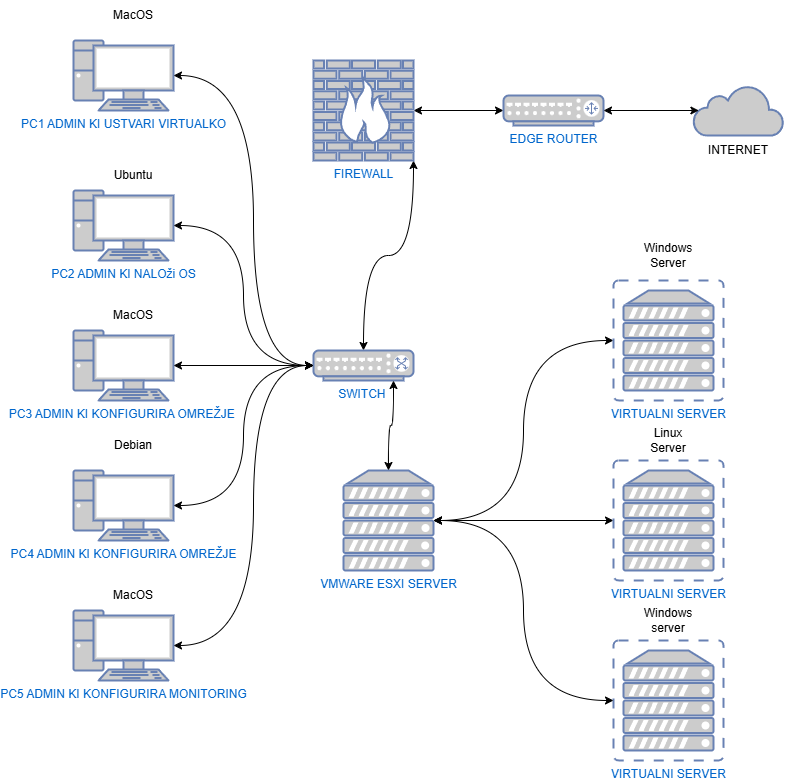
Earlier version of the draw.io export Seminarska Poslovno informacijski sistemi/ITStruktura.drawio.png (itMegu/Faks-FOV). Source tidied: cells renumbered, new cells last; positions are measured from the earlier drawing's top-left corner, leaving out a move shared by most shapes. Source of this version:
```xml
<mxGraphModel>
  <root>
    <mxCell id="0" />
    <mxCell id="1" parent="0" />
    <mxCell id="2" value="PC1 ADMIN KI USTVARI VIRTUALKO" style="fontColor=#0066CC;verticalAlign=top;verticalLabelPosition=bottom;labelPosition=center;align=center;html=1;outlineConnect=0;fillColor=#CCCCCC;strokeColor=#6881B3;gradientColor=none;gradientDirection=north;strokeWidth=2;shape=mxgraph.networks.pc;" parent="1" vertex="1">
      <mxGeometry y="40" width="100" height="70" as="geometry" />
    </mxCell>
    <mxCell id="3" value="PC2 ADMIN KI NALOži OS" style="fontColor=#0066CC;verticalAlign=top;verticalLabelPosition=bottom;labelPosition=center;align=center;html=1;outlineConnect=0;fillColor=#CCCCCC;strokeColor=#6881B3;gradientColor=none;gradientDirection=north;strokeWidth=2;shape=mxgraph.networks.pc;" parent="1" vertex="1">
      <mxGeometry y="190" width="100" height="70" as="geometry" />
    </mxCell>
    <mxCell id="4" value="PC3 ADMIN KI KONFIGURIRA OMREŽJE&amp;nbsp;" style="fontColor=#0066CC;verticalAlign=top;verticalLabelPosition=bottom;labelPosition=center;align=center;html=1;outlineConnect=0;fillColor=#CCCCCC;strokeColor=#6881B3;gradientColor=none;gradientDirection=north;strokeWidth=2;shape=mxgraph.networks.pc;" parent="1" vertex="1">
      <mxGeometry y="330" width="100" height="70" as="geometry" />
    </mxCell>
    <mxCell id="5" value="PC4 ADMIN KI KONFIGURIRA OMREŽJE" style="fontColor=#0066CC;verticalAlign=top;verticalLabelPosition=bottom;labelPosition=center;align=center;html=1;outlineConnect=0;fillColor=#CCCCCC;strokeColor=#6881B3;gradientColor=none;gradientDirection=north;strokeWidth=2;shape=mxgraph.networks.pc;" parent="1" vertex="1">
      <mxGeometry y="470" width="100" height="70" as="geometry" />
    </mxCell>
    <mxCell id="6" value="PC5 ADMIN KI KONFIGURIRA MONITORING" style="fontColor=#0066CC;verticalAlign=top;verticalLabelPosition=bottom;labelPosition=center;align=center;html=1;outlineConnect=0;fillColor=#CCCCCC;strokeColor=#6881B3;gradientColor=none;gradientDirection=north;strokeWidth=2;shape=mxgraph.networks.pc;" parent="1" vertex="1">
      <mxGeometry y="610" width="100" height="70" as="geometry" />
    </mxCell>
    <mxCell id="7" style="edgeStyle=orthogonalEdgeStyle;rounded=0;jettySize=auto;html=1;startArrow=classic;startFill=1;entryX=1;entryY=1;entryDx=0;entryDy=0;entryPerimeter=0;curved=1;" parent="1" edge="1" source="8" target="10">
      <mxGeometry relative="1" as="geometry" />
    </mxCell>
    <mxCell id="8" value="SWITCH&amp;nbsp;" style="fontColor=#0066CC;verticalAlign=top;verticalLabelPosition=bottom;labelPosition=center;align=center;html=1;outlineConnect=0;fillColor=#CCCCCC;strokeColor=#6881B3;gradientColor=none;gradientDirection=north;strokeWidth=2;shape=mxgraph.networks.switch;" parent="1" vertex="1">
      <mxGeometry x="240" y="350" width="100" height="30" as="geometry" />
    </mxCell>
    <mxCell id="9" style="edgeStyle=orthogonalEdgeStyle;rounded=0;jettySize=auto;html=1;startArrow=classic;startFill=1;" parent="1" edge="1" source="10" target="11">
      <mxGeometry relative="1" as="geometry" />
    </mxCell>
    <mxCell id="10" value="FIREWALL" style="fontColor=#0066CC;verticalAlign=top;verticalLabelPosition=bottom;labelPosition=center;align=center;html=1;outlineConnect=0;fillColor=#CCCCCC;strokeColor=#6881B3;gradientColor=none;gradientDirection=north;strokeWidth=2;shape=mxgraph.networks.firewall;" parent="1" vertex="1">
      <mxGeometry x="240" y="60" width="100" height="100" as="geometry" />
    </mxCell>
    <mxCell id="11" value="EDGE ROUTER" style="fontColor=#0066CC;verticalAlign=top;verticalLabelPosition=bottom;labelPosition=center;align=center;html=1;outlineConnect=0;fillColor=#CCCCCC;strokeColor=#6881B3;gradientColor=none;gradientDirection=north;strokeWidth=2;shape=mxgraph.networks.router;" parent="1" vertex="1">
      <mxGeometry x="430" y="95" width="100" height="30" as="geometry" />
    </mxCell>
    <mxCell id="12" style="html=1;outlineConnect=0;fillColor=#CCCCCC;strokeColor=#6881B3;gradientColor=none;gradientDirection=north;strokeWidth=2;shape=mxgraph.networks.cloud;fontColor=#ffffff;overflow=visible;shadow=0;" parent="1" vertex="1">
      <mxGeometry x="620" y="85" width="90" height="50" as="geometry" />
    </mxCell>
    <mxCell id="13" style="edgeStyle=orthogonalEdgeStyle;rounded=0;jettySize=auto;html=1;entryX=0;entryY=0.5;entryDx=0;entryDy=0;entryPerimeter=0;curved=1;startArrow=classic;startFill=1;" parent="1" edge="1" source="2" target="8">
      <mxGeometry relative="1" as="geometry">
        <Array as="points">
          <mxPoint x="180" y="75" />
          <mxPoint x="180" y="365" />
        </Array>
      </mxGeometry>
    </mxCell>
    <mxCell id="14" style="edgeStyle=orthogonalEdgeStyle;rounded=0;jettySize=auto;html=1;entryX=0;entryY=0.5;entryDx=0;entryDy=0;entryPerimeter=0;curved=1;startArrow=classic;startFill=1;" parent="1" edge="1" source="3" target="8">
      <mxGeometry relative="1" as="geometry" />
    </mxCell>
    <mxCell id="15" style="edgeStyle=orthogonalEdgeStyle;rounded=0;jettySize=auto;html=1;entryX=0;entryY=0.5;entryDx=0;entryDy=0;entryPerimeter=0;curved=1;startArrow=classic;startFill=1;" parent="1" edge="1" source="4" target="8">
      <mxGeometry relative="1" as="geometry" />
    </mxCell>
    <mxCell id="16" style="edgeStyle=orthogonalEdgeStyle;rounded=0;jettySize=auto;html=1;entryX=0;entryY=0.5;entryDx=0;entryDy=0;entryPerimeter=0;curved=1;startArrow=classic;startFill=1;" parent="1" edge="1" source="5" target="8">
      <mxGeometry relative="1" as="geometry" />
    </mxCell>
    <mxCell id="17" style="edgeStyle=orthogonalEdgeStyle;rounded=0;jettySize=auto;html=1;entryX=0;entryY=0.5;entryDx=0;entryDy=0;entryPerimeter=0;curved=1;startArrow=classic;startFill=1;" parent="1" edge="1" source="6" target="8">
      <mxGeometry relative="1" as="geometry">
        <Array as="points">
          <mxPoint x="180" y="645" />
          <mxPoint x="180" y="365" />
        </Array>
      </mxGeometry>
    </mxCell>
    <mxCell id="18" value="VMWARE ESXI SERVER" style="fontColor=#0066CC;verticalAlign=top;verticalLabelPosition=bottom;labelPosition=center;align=center;html=1;outlineConnect=0;fillColor=#CCCCCC;strokeColor=#6881B3;gradientColor=none;gradientDirection=north;strokeWidth=2;shape=mxgraph.networks.server;" parent="1" vertex="1">
      <mxGeometry x="270" y="470" width="90" height="100" as="geometry" />
    </mxCell>
    <mxCell id="19" style="edgeStyle=orthogonalEdgeStyle;rounded=0;jettySize=auto;html=1;curved=1;startArrow=classic;startFill=1;" parent="1" edge="1" source="20">
      <mxGeometry relative="1" as="geometry">
        <mxPoint x="360" y="520" as="targetPoint" />
      </mxGeometry>
    </mxCell>
    <mxCell id="20" value="VIRTUALNI SERVER" style="fontColor=#0066CC;verticalAlign=top;verticalLabelPosition=bottom;labelPosition=center;align=center;html=1;outlineConnect=0;fillColor=#CCCCCC;strokeColor=#6881B3;gradientColor=none;gradientDirection=north;strokeWidth=2;shape=mxgraph.networks.virtual_server;" parent="1" vertex="1">
      <mxGeometry x="540" y="460" width="110" height="120" as="geometry" />
    </mxCell>
    <mxCell id="21" style="edgeStyle=orthogonalEdgeStyle;rounded=0;jettySize=auto;html=1;entryX=0.5;entryY=0;entryDx=0;entryDy=0;entryPerimeter=0;curved=1;startArrow=classic;startFill=1;exitX=0.8;exitY=1;exitDx=0;exitDy=0;exitPerimeter=0;" parent="1" edge="1" source="8" target="18">
      <mxGeometry relative="1" as="geometry" />
    </mxCell>
    <mxCell id="22" style="edgeStyle=orthogonalEdgeStyle;rounded=0;jettySize=auto;html=1;entryX=0.06;entryY=0.5;entryDx=0;entryDy=0;entryPerimeter=0;startArrow=classic;startFill=1;" parent="1" edge="1" source="11" target="12">
      <mxGeometry relative="1" as="geometry" />
    </mxCell>
    <mxCell id="23" style="edgeStyle=orthogonalEdgeStyle;rounded=0;jettySize=auto;html=1;entryX=1;entryY=0.5;entryDx=0;entryDy=0;entryPerimeter=0;curved=1;startArrow=classic;startFill=1;" parent="1" edge="1" source="24" target="18">
      <mxGeometry relative="1" as="geometry" />
    </mxCell>
    <mxCell id="24" value="VIRTUALNI SERVER" style="fontColor=#0066CC;verticalAlign=top;verticalLabelPosition=bottom;labelPosition=center;align=center;html=1;outlineConnect=0;fillColor=#CCCCCC;strokeColor=#6881B3;gradientColor=none;gradientDirection=north;strokeWidth=2;shape=mxgraph.networks.virtual_server;" parent="1" vertex="1">
      <mxGeometry x="540" y="280" width="110" height="120" as="geometry" />
    </mxCell>
    <mxCell id="25" value="VIRTUALNI SERVER" style="fontColor=#0066CC;verticalAlign=top;verticalLabelPosition=bottom;labelPosition=center;align=center;html=1;outlineConnect=0;fillColor=#CCCCCC;strokeColor=#6881B3;gradientColor=none;gradientDirection=north;strokeWidth=2;shape=mxgraph.networks.virtual_server;" parent="1" vertex="1">
      <mxGeometry x="540" y="640" width="110" height="120" as="geometry" />
    </mxCell>
    <mxCell id="26" style="edgeStyle=orthogonalEdgeStyle;rounded=0;jettySize=auto;html=1;entryX=1;entryY=0.5;entryDx=0;entryDy=0;entryPerimeter=0;curved=1;startArrow=classic;startFill=1;" parent="1" edge="1" source="25" target="18">
      <mxGeometry relative="1" as="geometry" />
    </mxCell>
    <mxCell id="27" value="MacOS" style="text;html=1;align=center;verticalAlign=middle;whiteSpace=wrap;rounded=0;" parent="1" vertex="1">
      <mxGeometry x="30" width="60" height="30" as="geometry" />
    </mxCell>
    <mxCell id="28" value="MacOS" style="text;html=1;align=center;verticalAlign=middle;whiteSpace=wrap;rounded=0;" parent="1" vertex="1">
      <mxGeometry x="30" y="300" width="60" height="30" as="geometry" />
    </mxCell>
    <mxCell id="29" value="MacOS" style="text;html=1;align=center;verticalAlign=middle;whiteSpace=wrap;rounded=0;" parent="1" vertex="1">
      <mxGeometry x="30" y="580" width="60" height="30" as="geometry" />
    </mxCell>
    <mxCell id="30" value="Debian" style="text;html=1;align=center;verticalAlign=middle;whiteSpace=wrap;rounded=0;" parent="1" vertex="1">
      <mxGeometry x="30" y="430" width="60" height="30" as="geometry" />
    </mxCell>
    <mxCell id="31" value="Ubuntu" style="text;html=1;align=center;verticalAlign=middle;whiteSpace=wrap;rounded=0;" parent="1" vertex="1">
      <mxGeometry x="30" y="160" width="60" height="30" as="geometry" />
    </mxCell>
    <mxCell id="32" value="Windows Server" style="text;html=1;align=center;verticalAlign=middle;whiteSpace=wrap;rounded=0;" parent="1" vertex="1">
      <mxGeometry x="565" y="240" width="60" height="30" as="geometry" />
    </mxCell>
    <mxCell id="33" value="Linux Server" style="text;html=1;align=center;verticalAlign=middle;whiteSpace=wrap;rounded=0;" parent="1" vertex="1">
      <mxGeometry x="565" y="425" width="60" height="30" as="geometry" />
    </mxCell>
    <mxCell id="34" value="Windows server" style="text;html=1;align=center;verticalAlign=middle;whiteSpace=wrap;rounded=0;" parent="1" vertex="1">
      <mxGeometry x="565" y="605" width="60" height="30" as="geometry" />
    </mxCell>
    <mxCell id="35" value="INTERNET" style="text;html=1;align=center;verticalAlign=middle;whiteSpace=wrap;rounded=0;" parent="1" vertex="1">
      <mxGeometry x="635" y="135" width="60" height="30" as="geometry" />
    </mxCell>
  </root>
</mxGraphModel>
```
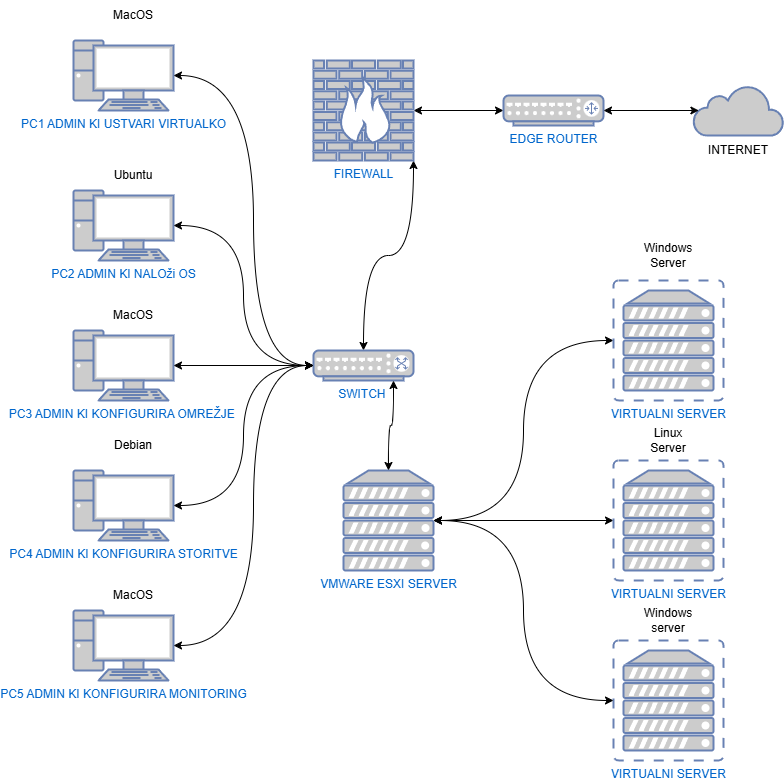
After the commit.

The edit, as a diff of the source:
```diff
@@ -11,7 +11,7 @@
     <mxCell id="4" value="PC3 ADMIN KI KONFIGURIRA OMREŽJE&amp;nbsp;" style="fontColor=#0066CC;verticalAlign=top;verticalLabelPosition=bottom;labelPosition=center;align=center;html=1;outlineConnect=0;fillColor=#CCCCCC;strokeColor=#6881B3;gradientColor=none;gradientDirection=north;strokeWidth=2;shape=mxgraph.networks.pc;" parent="1" vertex="1">
       <mxGeometry y="330" width="100" height="70" as="geometry" />
     </mxCell>
-    <mxCell id="5" value="PC4 ADMIN KI KONFIGURIRA OMREŽJE" style="fontColor=#0066CC;verticalAlign=top;verticalLabelPosition=bottom;labelPosition=center;align=center;html=1;outlineConnect=0;fillColor=#CCCCCC;strokeColor=#6881B3;gradientColor=none;gradientDirection=north;strokeWidth=2;shape=mxgraph.networks.pc;" parent="1" vertex="1">
+    <mxCell id="5" value="PC4 ADMIN KI KONFIGURIRA STORITVE" style="fontColor=#0066CC;verticalAlign=top;verticalLabelPosition=bottom;labelPosition=center;align=center;html=1;outlineConnect=0;fillColor=#CCCCCC;strokeColor=#6881B3;gradientColor=none;gradientDirection=north;strokeWidth=2;shape=mxgraph.networks.pc;" parent="1" vertex="1">
       <mxGeometry y="470" width="100" height="70" as="geometry" />
     </mxCell>
     <mxCell id="6" value="PC5 ADMIN KI KONFIGURIRA MONITORING" style="fontColor=#0066CC;verticalAlign=top;verticalLabelPosition=bottom;labelPosition=center;align=center;html=1;outlineConnect=0;fillColor=#CCCCCC;strokeColor=#6881B3;gradientColor=none;gradientDirection=north;strokeWidth=2;shape=mxgraph.networks.pc;" parent="1" vertex="1">
```
